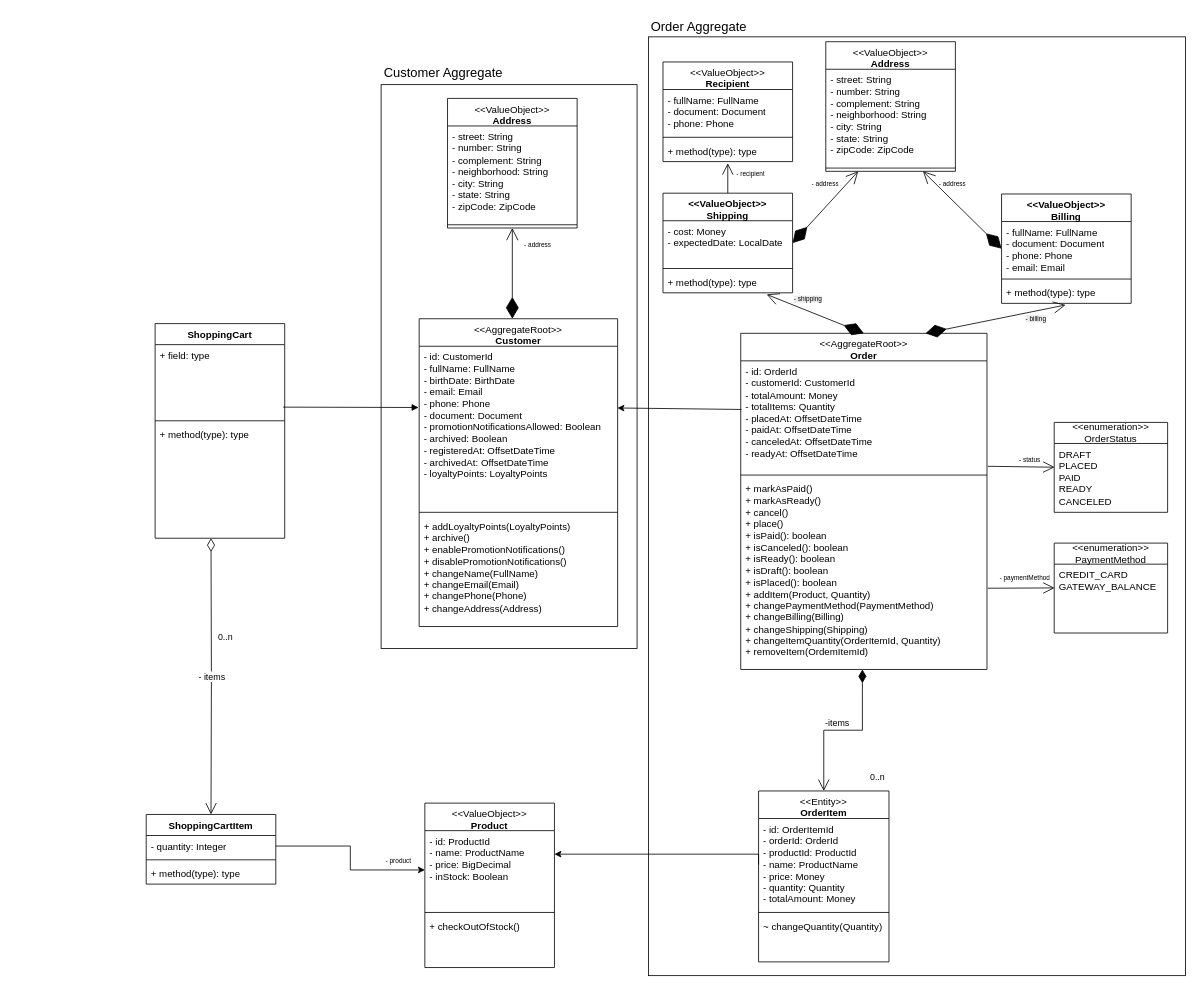
The draw.io diagram algashop.drawio in cadugr/algashop-docs, before the edit. Source tidied: cells renumbered, new cells numbered last; positions are measured from the earlier drawing's top-left corner, leaving out a move shared by most shapes. Both pictures are drawn from the tidied source at 81%, with x=0, y=0 at pixel (146, 14).
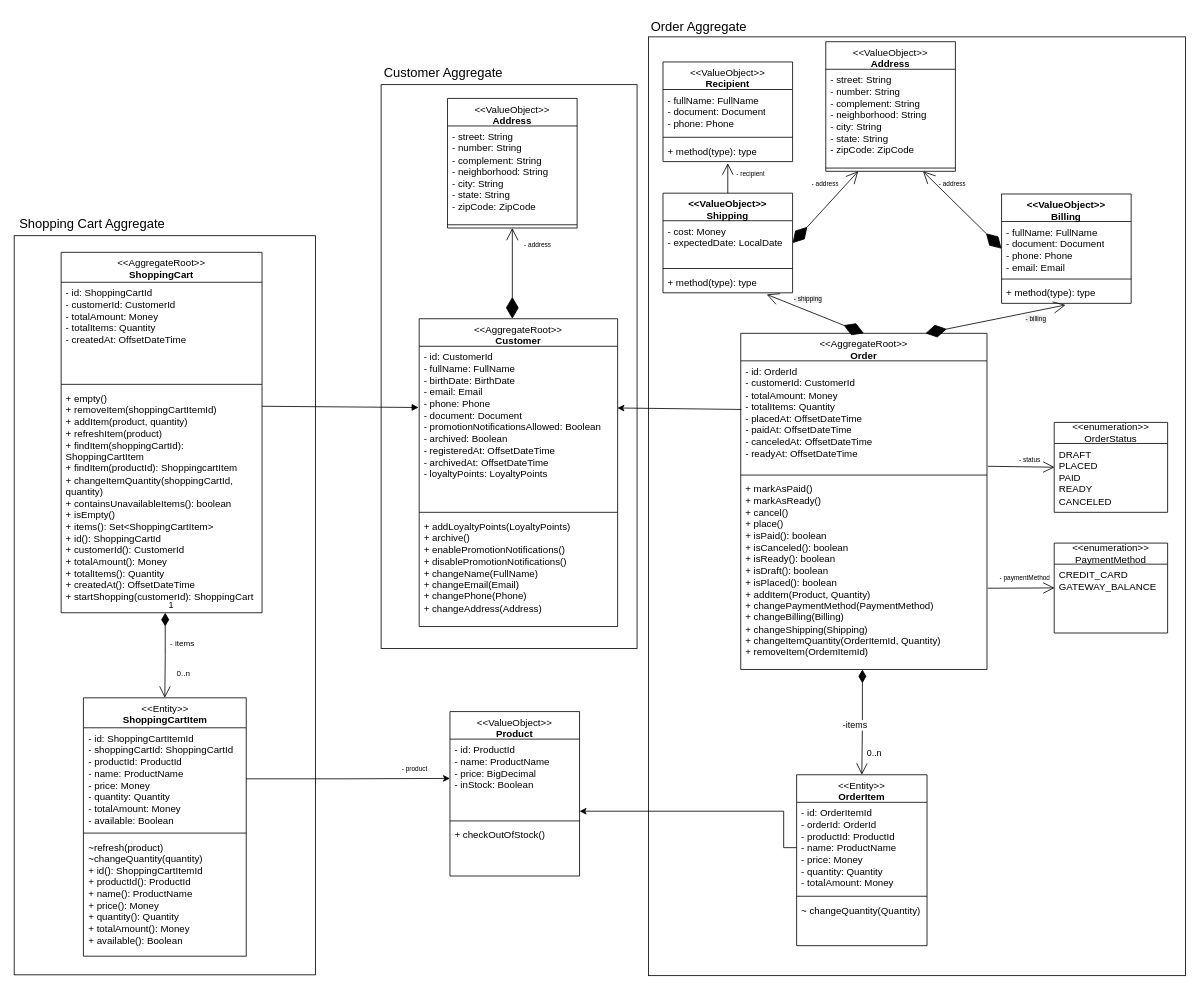
Above is the later version.

Commit message:
Detailing Shopping Cart Aggregate

The change refers to these unchanged cells:
```xml
<mxCell id="5" value="&lt;div&gt;- id: CustomerId&lt;/div&gt;- fullName: FullName&lt;div&gt;- birthDate: BirthDate&lt;br&gt;&lt;div&gt;- email: Email&lt;/div&gt;&lt;div&gt;- phone: Phone&lt;/div&gt;&lt;div&gt;- document: Document&lt;/div&gt;&lt;div&gt;- promotionNotificationsAllowed: Boolean&lt;/div&gt;&lt;div&gt;- archived: Boolean&lt;/div&gt;&lt;/div&gt;&lt;div&gt;- registeredAt: OffsetDateTime&lt;/div&gt;&lt;div&gt;- archivedAt:&amp;nbsp;&lt;span style=&quot;background-color: transparent; color: light-dark(rgb(0, 0, 0), rgb(255, 255, 255));&quot;&gt;OffsetDateTime&lt;/span&gt;&lt;/div&gt;&lt;div&gt;&lt;span style=&quot;background-color: transparent; color: light-dark(rgb(0, 0, 0), rgb(255, 255, 255));&quot;&gt;- loyaltyPoints: LoyaltyPoints&lt;/span&gt;&lt;/div&gt;" style="text;strokeColor=none;fillColor=none;align=left;verticalAlign=top;spacingLeft=4;spacingRight=4;overflow=hidden;points=[[0,0.5],[1,0.5]];portConstraint=eastwest;whiteSpace=wrap;html=1;" parent="4" vertex="1">
  <mxGeometry y="34" width="245" height="201" as="geometry" />
</mxCell>
<mxCell id="30" value="- id: OrderItemId&lt;div&gt;- orderId: OrderId&lt;br&gt;&lt;div&gt;- productId: ProductId&lt;/div&gt;&lt;div&gt;- name: ProductName&lt;/div&gt;&lt;div&gt;- price: Money&lt;/div&gt;&lt;div&gt;- quantity: Quantity&lt;/div&gt;&lt;div&gt;- totalAmount: Money&lt;/div&gt;&lt;/div&gt;" style="text;strokeColor=none;fillColor=none;align=left;verticalAlign=top;spacingLeft=4;spacingRight=4;overflow=hidden;points=[[0,0.5],[1,0.5]];portConstraint=eastwest;whiteSpace=wrap;html=1;" parent="29" vertex="1">
  <mxGeometry y="34" width="161" height="112" as="geometry" />
</mxCell>
<mxCell id="36" value="-items" style="endArrow=open;html=1;endSize=12;startArrow=diamondThin;startSize=14;startFill=1;edgeStyle=orthogonalEdgeStyle;rounded=0;entryX=0.5;entryY=0;entryDx=0;entryDy=0;exitX=0.494;exitY=1;exitDx=0;exitDy=0;exitPerimeter=0;" parent="1" edge="1" source="15" target="29">
  <mxGeometry x="0.07" y="-9" relative="1" as="geometry" />
</mxCell>
```

What changed in the source:
```diff
@@
+    <mxCell id="77" style="rounded=0;whiteSpace=wrap;html=1;" parent="1" vertex="1">
+      <mxGeometry x="-163" y="273.5" width="372" height="912.5" as="geometry" />
+    </mxCell>
@@
-    <mxCell id="8" value="ShoppingCart" style="swimlane;fontStyle=1;align=center;verticalAlign=top;horizontal=1;startSize=26;whiteSpace=wrap;html=1;" parent="1" vertex="1">
-      <mxGeometry x="11" y="382" width="160" height="265" as="geometry" />
+    <mxCell id="8" value="&lt;span style=&quot;font-weight: normal;&quot;&gt;&amp;lt;&amp;lt;AggregateRoot&amp;gt;&amp;gt;&lt;/span&gt;&lt;div&gt;ShoppingCart&lt;/div&gt;" style="swimlane;fontStyle=1;align=center;verticalAlign=top;horizontal=1;startSize=37;whiteSpace=wrap;html=1;" parent="1" vertex="1">
+      <mxGeometry x="-105" y="294" width="248" height="445" as="geometry" />
     </mxCell>
-    <mxCell id="9" value="+ field: type" style="text;strokeColor=none;fillColor=none;align=left;verticalAlign=top;spacingLeft=4;spacingRight=4;overflow=hidden;points=[[0,0.5],[1,0.5]];portConstraint=eastwest;whiteSpace=wrap;html=1;" parent="8" vertex="1">
-      <mxGeometry y="26" width="160" height="90" as="geometry" />
+    <mxCell id="9" value="- id: ShoppingCartId&lt;div&gt;- customerId: CustomerId&lt;/div&gt;&lt;div&gt;- totalAmount: Money&lt;/div&gt;&lt;div&gt;- totalItems: Quantity&lt;/div&gt;&lt;div&gt;- createdAt: OffsetDateTime&lt;/div&gt;" style="text;strokeColor=none;fillColor=none;align=left;verticalAlign=top;spacingLeft=4;spacingRight=4;overflow=hidden;points=[[0,0.5],[1,0.5]];portConstraint=eastwest;whiteSpace=wrap;html=1;" parent="8" vertex="1">
+      <mxGeometry y="37" width="248" height="122" as="geometry" />
     </mxCell>
     <mxCell id="10" style="line;strokeWidth=1;fillColor=none;align=left;verticalAlign=middle;spacingTop=-1;spacingLeft=3;spacingRight=3;labelPosition=right;strokeColor=inherit;" parent="8" vertex="1">
-      <mxGeometry y="116" width="160" height="8" as="geometry" />
+      <mxGeometry y="159" width="248" height="8" as="geometry" />
     </mxCell>
-    <mxCell id="11" value="+ method(type): type" style="text;strokeColor=none;fillColor=none;align=left;verticalAlign=top;spacingLeft=4;spacingRight=4;overflow=hidden;points=[[0,0.5],[1,0.5]];portConstraint=eastwest;whiteSpace=wrap;html=1;" parent="8" vertex="1">
-      <mxGeometry y="124" width="160" height="141" as="geometry" />
+    <mxCell id="11" value="+ empty()&lt;div&gt;+ removeItem(shoppingCartItemId)&lt;/div&gt;&lt;div&gt;+ addItem(product, quantity)&lt;/div&gt;&lt;div&gt;+ refreshItem(product)&lt;/div&gt;&lt;div&gt;+ findItem(shoppingCartId): ShoppingCartItem&lt;/div&gt;&lt;div&gt;+ findItem(productId): ShoppingcartItem&lt;/div&gt;&lt;div&gt;+ changeItemQuantity(shoppingCartId, quantity)&lt;/div&gt;&lt;div&gt;+ containsUnavailableItems(): boolean&lt;/div&gt;&lt;div&gt;+ isEmpty()&lt;/div&gt;&lt;div&gt;+ items(): Set&amp;lt;ShoppingCartItem&amp;gt;&lt;/div&gt;&lt;div&gt;+ id(): ShoppingCartId&lt;/div&gt;&lt;div&gt;+ customerId(): CustomerId&lt;/div&gt;&lt;div&gt;+ totalAmount(): Money&lt;/div&gt;&lt;div&gt;+ totalItems(): Quantity&lt;/div&gt;&lt;div&gt;+ createdAt(): OffsetDateTime&lt;/div&gt;&lt;div&gt;+ startShopping(customerId): ShoppingCart&lt;/div&gt;" style="text;strokeColor=none;fillColor=none;align=left;verticalAlign=top;spacingLeft=4;spacingRight=4;overflow=hidden;points=[[0,0.5],[1,0.5]];portConstraint=eastwest;whiteSpace=wrap;html=1;" parent="8" vertex="1">
+      <mxGeometry y="167" width="248" height="278" as="geometry" />
     </mxCell>
@@
     <mxCell id="16" value="&lt;div&gt;&lt;span style=&quot;font-weight: normal;&quot;&gt;&amp;lt;&amp;lt;ValueObject&amp;gt;&amp;gt;&lt;/span&gt;&lt;/div&gt;Product" style="swimlane;fontStyle=1;align=center;verticalAlign=top;horizontal=1;startSize=34;whiteSpace=wrap;html=1;" parent="1" vertex="1">
-      <mxGeometry x="344" y="974" width="160" height="203" as="geometry" />
+      <mxGeometry x="375" y="861" width="160" height="203" as="geometry" />
     </mxCell>
@@
-    <mxCell id="24" style="endArrow=block;startArrow=none;endFill=1;startFill=0;html=1;rounded=0;entryX=-0.003;entryY=0.376;entryDx=0;entryDy=0;entryPerimeter=0;exitX=0.988;exitY=0.857;exitDx=0;exitDy=0;exitPerimeter=0;" parent="1" edge="1" source="9" target="5">
+    <mxCell id="24" style="endArrow=block;startArrow=none;endFill=1;startFill=0;html=1;rounded=0;entryX=-0.003;entryY=0.376;entryDx=0;entryDy=0;entryPerimeter=0;exitX=1;exitY=0.083;exitDx=0;exitDy=0;exitPerimeter=0;" parent="1" edge="1" source="11" target="5">
       <mxGeometry relative="1" as="geometry" />
     </mxCell>
-    <mxCell id="25" value="ShoppingCartItem" style="swimlane;fontStyle=1;align=center;verticalAlign=top;horizontal=1;startSize=26;whiteSpace=wrap;html=1;" parent="1" vertex="1">
-      <mxGeometry y="988" width="160" height="86" as="geometry" />
+    <mxCell id="25" value="&lt;span style=&quot;font-weight: normal;&quot;&gt;&amp;lt;&amp;lt;Entity&amp;gt;&amp;gt;&lt;/span&gt;&lt;div&gt;ShoppingCartItem&lt;/div&gt;" style="swimlane;fontStyle=1;align=center;verticalAlign=top;horizontal=1;startSize=37;whiteSpace=wrap;html=1;" parent="1" vertex="1">
+      <mxGeometry x="-77.5" y="844" width="201" height="319" as="geometry" />
     </mxCell>
-    <mxCell id="26" value="- quantity: Integer" style="text;strokeColor=none;fillColor=none;align=left;verticalAlign=top;spacingLeft=4;spacingRight=4;overflow=hidden;points=[[0,0.5],[1,0.5]];portConstraint=eastwest;whiteSpace=wrap;html=1;" parent="25" vertex="1">
-      <mxGeometry y="26" width="160" height="26" as="geometry" />
+    <mxCell id="26" value="- id: ShoppingCartItemId&lt;div&gt;- shoppingCartId: ShoppingCartId&lt;/div&gt;&lt;div&gt;- productId: ProductId&lt;/div&gt;&lt;div&gt;- name: ProductName&lt;/div&gt;&lt;div&gt;- price: Money&lt;/div&gt;&lt;div&gt;- quantity: Quantity&lt;/div&gt;&lt;div&gt;- totalAmount: Money&lt;/div&gt;&lt;div&gt;- available: Boolean&lt;/div&gt;&lt;div&gt;&lt;br&gt;&lt;/div&gt;" style="text;strokeColor=none;fillColor=none;align=left;verticalAlign=top;spacingLeft=4;spacingRight=4;overflow=hidden;points=[[0,0.5],[1,0.5]];portConstraint=eastwest;whiteSpace=wrap;html=1;" parent="25" vertex="1">
+      <mxGeometry y="37" width="201" height="126" as="geometry" />
     </mxCell>
     <mxCell id="27" style="line;strokeWidth=1;fillColor=none;align=left;verticalAlign=middle;spacingTop=-1;spacingLeft=3;spacingRight=3;labelPosition=right;strokeColor=inherit;" parent="25" vertex="1">
-      <mxGeometry y="52" width="160" height="8" as="geometry" />
+      <mxGeometry y="163" width="201" height="8" as="geometry" />
     </mxCell>
-    <mxCell id="28" value="+ method(type): type" style="text;strokeColor=none;fillColor=none;align=left;verticalAlign=top;spacingLeft=4;spacingRight=4;overflow=hidden;whiteSpace=wrap;html=1;" parent="25" vertex="1">
-      <mxGeometry y="60" width="160" height="26" as="geometry" />
+    <mxCell id="28" value="~refresh(product)&lt;div&gt;~changeQuantity(quantity)&lt;/div&gt;&lt;div&gt;+ id(): ShoppingCartItemId&lt;/div&gt;&lt;div&gt;+ productId(): ProductId&lt;/div&gt;&lt;div&gt;+ name(): ProductName&lt;/div&gt;&lt;div&gt;+ price(): Money&lt;/div&gt;&lt;div&gt;+ quantity(): Quantity&lt;/div&gt;&lt;div&gt;+ totalAmount(): Money&lt;/div&gt;&lt;div&gt;+ available(): Boolean&lt;/div&gt;" style="text;strokeColor=none;fillColor=none;align=left;verticalAlign=top;spacingLeft=4;spacingRight=4;overflow=hidden;whiteSpace=wrap;html=1;" parent="25" vertex="1">
+      <mxGeometry y="171" width="201" height="148" as="geometry" />
     </mxCell>
     <mxCell id="29" value="&lt;div&gt;&lt;span style=&quot;font-weight: normal;&quot;&gt;&amp;lt;&amp;lt;Entity&amp;gt;&amp;gt;&lt;/span&gt;&lt;/div&gt;OrderItem" style="swimlane;fontStyle=1;align=center;verticalAlign=top;horizontal=1;startSize=34;whiteSpace=wrap;html=1;" parent="1" vertex="1">
-      <mxGeometry x="756" y="959" width="161" height="211" as="geometry" />
+      <mxGeometry x="803" y="939" width="161" height="211" as="geometry" />
     </mxCell>
@@
-    <mxCell id="33" style="edgeStyle=orthogonalEdgeStyle;rounded=0;orthogonalLoop=1;jettySize=auto;html=1;entryX=1;entryY=0.5;entryDx=0;entryDy=0;" parent="1" edge="1">
+    <mxCell id="33" style="edgeStyle=orthogonalEdgeStyle;rounded=0;jettySize=auto;html=1;entryX=1;entryY=0.5;entryDx=0;entryDy=0;exitX=0;exitY=0.5;exitDx=0;exitDy=0;" parent="1" edge="1" source="30">
       <mxGeometry relative="1" as="geometry">
-        <mxPoint x="756" y="1050" as="sourcePoint" />
-        <mxPoint x="504" y="1037" as="targetPoint" />
+        <mxPoint x="535" y="984" as="targetPoint" />
         <Array as="points">
-          <mxPoint x="756" y="1037" />
+          <mxPoint x="787" y="1029" />
+          <mxPoint x="787" y="984" />
         </Array>
       </mxGeometry>
     </mxCell>
@@
     <mxCell id="35" value="- product" style="text;strokeColor=none;fillColor=none;align=left;verticalAlign=top;spacingLeft=4;spacingRight=4;overflow=hidden;whiteSpace=wrap;html=1;fontSize=8;" parent="1" vertex="1">
-      <mxGeometry x="290" y="1034" width="85" height="18" as="geometry" />
+      <mxGeometry x="310" y="921" width="85" height="18" as="geometry" />
     </mxCell>
@@
     <mxCell id="37" value="0..n" style="edgeLabel;html=1;align=left;verticalAlign=top;" parent="36" vertex="1">
       <mxGeometry x="-1" relative="1" as="geometry">
-        <mxPoint x="8" y="120" as="offset" />
+        <mxPoint x="4" y="90" as="offset" />
       </mxGeometry>
     </mxCell>
-    <mxCell id="38" value="- items" style="endArrow=open;html=1;endSize=12;startArrow=diamondThin;startSize=14;startFill=0;edgeStyle=orthogonalEdgeStyle;rounded=0;entryX=0.5;entryY=0;entryDx=0;entryDy=0;" parent="1" edge="1" target="25">
-      <mxGeometry relative="1" as="geometry">
-        <mxPoint x="80" y="647" as="sourcePoint" />
-      </mxGeometry>
-    </mxCell>
-    <mxCell id="39" value="0..n" style="edgeLabel;html=1;align=left;verticalAlign=top;" parent="38" vertex="1">
-      <mxGeometry x="-1" relative="1" as="geometry">
-        <mxPoint x="7" y="109" as="offset" />
-      </mxGeometry>
-    </mxCell>
@@
+    <mxCell id="78" value="1" style="endArrow=open;html=1;endSize=12;startArrow=diamondThin;startSize=14;startFill=1;edgeStyle=orthogonalEdgeStyle;align=left;verticalAlign=bottom;rounded=0;entryX=0.5;entryY=0;entryDx=0;entryDy=0;exitX=0.518;exitY=1;exitDx=0;exitDy=0;exitPerimeter=0;" parent="1" edge="1" source="11" target="25">
+      <mxGeometry x="-1" y="3" relative="1" as="geometry" />
+    </mxCell>
+    <mxCell id="38" value="&lt;font style=&quot;font-size: 10px;&quot;&gt;- items&lt;/font&gt;" style="text;strokeColor=none;fillColor=none;align=left;verticalAlign=top;spacingLeft=4;spacingRight=4;overflow=hidden;whiteSpace=wrap;html=1;fontSize=8;" parent="1" vertex="1">
+      <mxGeometry x="24" y="765" width="85" height="18" as="geometry" />
+    </mxCell>
+    <mxCell id="39" value="&lt;font style=&quot;font-size: 10px;&quot;&gt;0..n&lt;/font&gt;" style="text;strokeColor=none;fillColor=none;align=left;verticalAlign=top;spacingLeft=4;spacingRight=4;overflow=hidden;whiteSpace=wrap;html=1;fontSize=8;" parent="1" vertex="1">
+      <mxGeometry x="32" y="802" width="85" height="18" as="geometry" />
+    </mxCell>
+    <mxCell id="79" value="&lt;font style=&quot;font-size: 16px;&quot;&gt;Shopping Cart Aggregate&lt;/font&gt;" style="text;html=1;align=center;verticalAlign=middle;whiteSpace=wrap;rounded=0;" parent="1" vertex="1">
+      <mxGeometry x="-163" y="243.5" width="193" height="30" as="geometry" />
+    </mxCell>
```
